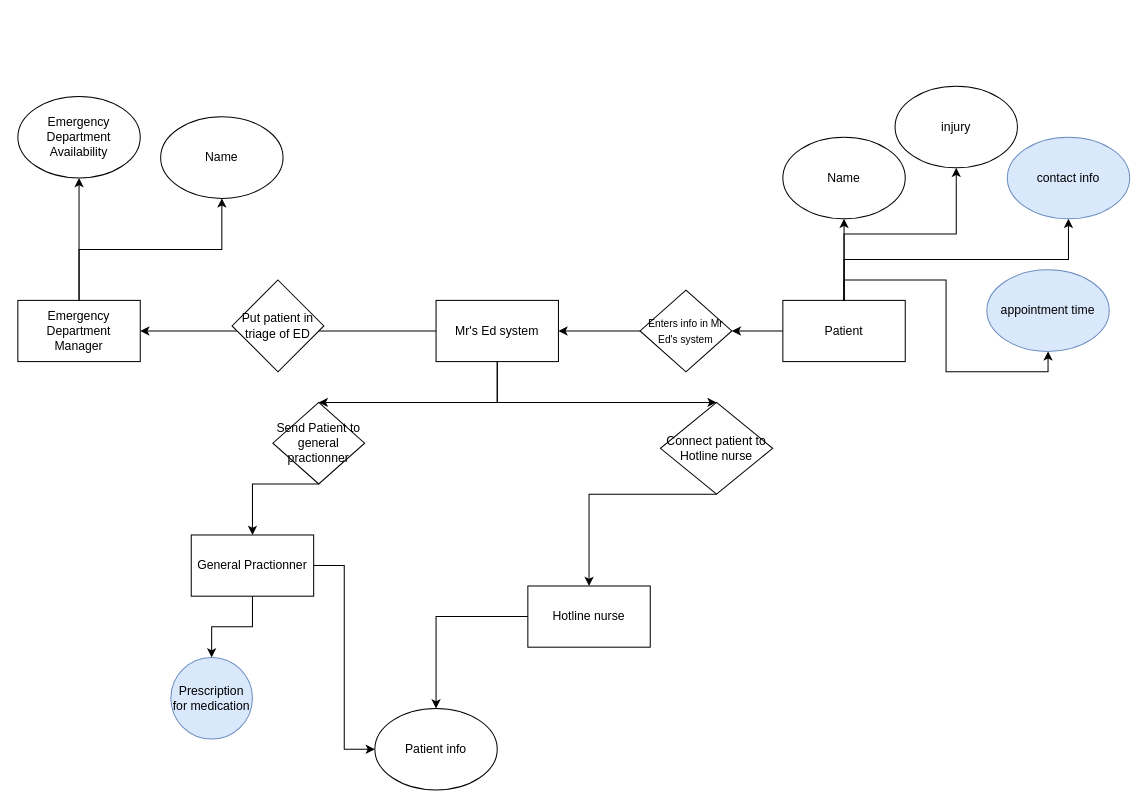
The draw.io diagram EliorWork/ERD.drawio in SENG-350-2024-fall/Team9, before the edit. Source tidied: cells renumbered, new cells numbered last; positions are measured from the earlier drawing's top-left corner, leaving out a move shared by most shapes. Both pictures are drawn from the tidied source at 102%, with x=0, y=0 at pixel (17, 86).
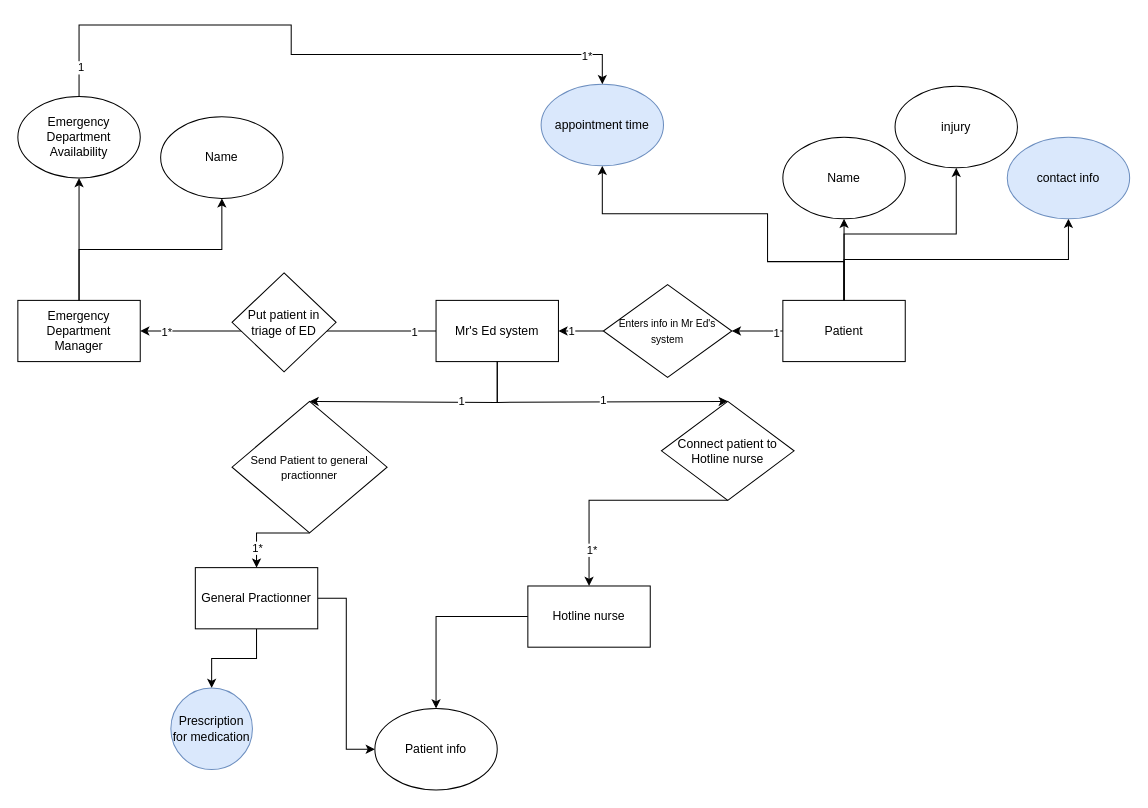
The same page after the edit.

The change refers to these unchanged cells:
```xml
<mxCell id="3" value="Hotline nurse" style="rounded=0;whiteSpace=wrap;html=1;" parent="1" vertex="1">
  <mxGeometry x="500" y="490" width="120" height="60" as="geometry" />
</mxCell>
<mxCell id="5" style="edgeStyle=orthogonalEdgeStyle;rounded=0;jettySize=auto;html=1;" parent="1" edge="1" source="6" target="17">
  <mxGeometry relative="1" as="geometry" />
</mxCell>
<mxCell id="6" value="Patient" style="rounded=0;whiteSpace=wrap;html=1;" parent="1" vertex="1">
  <mxGeometry x="750" y="210" width="120" height="60" as="geometry" />
</mxCell>
<mxCell id="21" value="Emergency Department Availability" style="ellipse;whiteSpace=wrap;html=1;" parent="1" vertex="1">
  <mxGeometry y="10" width="120" height="80" as="geometry" />
</mxCell>
<mxCell id="24" style="edgeStyle=orthogonalEdgeStyle;rounded=0;jettySize=auto;html=1;" parent="1" edge="1" source="25" target="18">
  <mxGeometry relative="1" as="geometry" />
</mxCell>
<mxCell id="25" value="Mr's Ed system" style="whiteSpace=wrap;html=1;rounded=0;" parent="1" vertex="1">
  <mxGeometry x="410" y="210" width="120" height="60" as="geometry" />
</mxCell>
<mxCell id="28" style="endArrow=classic;html=1;rounded=0;exitX=0.5;exitY=1;exitDx=0;exitDy=0;entryX=0.5;entryY=0;entryDx=0;entryDy=0;" parent="1" edge="1" source="25" target="29">
  <mxGeometry relative="1" as="geometry">
    <Array as="points">
      <mxPoint x="470" y="310" />
    </Array>
  </mxGeometry>
</mxCell>
<mxCell id="31" style="endArrow=classic;html=1;rounded=0;exitX=0.5;exitY=1;exitDx=0;exitDy=0;entryX=0.5;entryY=0;entryDx=0;entryDy=0;" parent="1" edge="1" source="25" target="32">
  <mxGeometry relative="1" as="geometry">
    <Array as="points">
      <mxPoint x="470" y="310" />
    </Array>
  </mxGeometry>
</mxCell>
```

Diff of the diagram source:
```diff
@@
+    <mxCell id="35" value="1" style="edgeLabel;html=1;align=center;verticalAlign=middle;" parent="5" vertex="1">
+      <mxGeometry x="-0.71" y="1" relative="1" as="geometry" />
+    </mxCell>
@@
     <mxCell id="9" value="General Practionner" style="rounded=0;whiteSpace=wrap;html=1;" parent="1" vertex="1">
-      <mxGeometry x="170" y="440" width="120" height="60" as="geometry" />
+      <mxGeometry x="174" y="472" width="120" height="60" as="geometry" />
     </mxCell>
@@
     <mxCell id="15" style="edgeStyle=orthogonalEdgeStyle;rounded=0;jettySize=auto;html=1;entryX=0.5;entryY=1;entryDx=0;entryDy=0;exitX=0.5;exitY=0;exitDx=0;exitDy=0;" parent="1" edge="1" source="6" target="16">
-      <mxGeometry relative="1" as="geometry" />
+      <mxGeometry relative="1" as="geometry">
+        <Array as="points">
+          <mxPoint x="810" y="172" />
+          <mxPoint x="735" y="172" />
+          <mxPoint x="735" y="125" />
+          <mxPoint x="573" y="125" />
+        </Array>
+      </mxGeometry>
     </mxCell>
     <mxCell id="16" value="appointment time" style="ellipse;whiteSpace=wrap;html=1;fillColor=#dae8fc;strokeColor=#6c8ebf;" parent="1" vertex="1">
-      <mxGeometry x="950" y="180" width="120" height="80" as="geometry" />
+      <mxGeometry x="513" y="-2" width="120" height="80" as="geometry" />
     </mxCell>
     <mxCell id="17" value="&lt;font style=&quot;font-size: 10px;&quot;&gt;Enters info in Mr Ed's system&lt;/font&gt;" style="rhombus;whiteSpace=wrap;html=1;rounded=0;" parent="1" vertex="1">
-      <mxGeometry x="610" y="200" width="90" height="80" as="geometry" />
+      <mxGeometry x="574" y="194.5" width="126" height="91" as="geometry" />
     </mxCell>
@@
+    <mxCell id="36" style="edgeStyle=orthogonalEdgeStyle;rounded=0;jettySize=auto;html=1;entryX=0.5;entryY=0;entryDx=0;entryDy=0;" parent="1" edge="1" source="21" target="16">
+      <mxGeometry relative="1" as="geometry">
+        <Array as="points">
+          <mxPoint x="60" y="-60" />
+          <mxPoint x="268" y="-60" />
+          <mxPoint x="268" y="-31" />
+          <mxPoint x="573" y="-31" />
+        </Array>
+      </mxGeometry>
+    </mxCell>
+    <mxCell id="37" value="1" style="edgeLabel;html=1;align=center;verticalAlign=middle;" parent="36" vertex="1">
+      <mxGeometry x="-0.91" y="-1" relative="1" as="geometry" />
+    </mxCell>
+    <mxCell id="38" value="1*" style="edgeLabel;html=1;align=center;verticalAlign=middle;" parent="36" vertex="1">
+      <mxGeometry x="0.86" y="-1" relative="1" as="geometry" />
+    </mxCell>
@@
-    <mxCell id="23" style="edgeStyle=orthogonalEdgeStyle;rounded=0;jettySize=auto;html=1;" parent="1" edge="1" source="17" target="25">
-      <mxGeometry relative="1" as="geometry" />
+    <mxCell id="23" value="1" style="edgeStyle=orthogonalEdgeStyle;rounded=0;jettySize=auto;html=1;" parent="1" edge="1" source="17" target="25">
+      <mxGeometry x="0.41" relative="1" as="geometry" />
     </mxCell>
@@
+    <mxCell id="39" value="1" style="edgeLabel;html=1;align=center;verticalAlign=middle;" parent="24" vertex="1">
+      <mxGeometry x="-0.85" relative="1" as="geometry" />
+    </mxCell>
+    <mxCell id="40" value="1*" style="edgeLabel;html=1;align=center;verticalAlign=middle;" parent="24" vertex="1">
+      <mxGeometry x="0.83" relative="1" as="geometry" />
+    </mxCell>
@@
     <mxCell id="26" value="Put patient in triage of ED" style="rhombus;whiteSpace=wrap;html=1;" parent="1" vertex="1">
-      <mxGeometry x="210" y="190" width="90" height="90" as="geometry" />
+      <mxGeometry x="210" y="183" width="102" height="97" as="geometry" />
     </mxCell>
     <mxCell id="27" style="endArrow=classic;html=1;rounded=0;exitX=0.5;exitY=1;exitDx=0;exitDy=0;entryX=0.5;entryY=0;entryDx=0;entryDy=0;" parent="1" edge="1" source="29" target="9">
       <mxGeometry relative="1" as="geometry">
         <Array as="points">
-          <mxPoint x="230" y="390" />
+          <mxPoint x="234" y="438" />
         </Array>
       </mxGeometry>
     </mxCell>
+    <mxCell id="41" value="1*" style="edgeLabel;html=1;align=center;verticalAlign=middle;" parent="27" vertex="1">
+      <mxGeometry x="0.53" relative="1" as="geometry" />
+    </mxCell>
@@
+    <mxCell id="42" value="1" style="edgeLabel;html=1;align=center;verticalAlign=middle;" parent="28" vertex="1">
+      <mxGeometry x="-0.32" y="-1" relative="1" as="geometry" />
+    </mxCell>
-    <mxCell id="29" value="Send Patient to general practionner" style="rhombus;whiteSpace=wrap;html=1;" parent="1" vertex="1">
-      <mxGeometry x="250" y="310" width="90" height="80" as="geometry" />
+    <mxCell id="29" value="&lt;font style=&quot;font-size: 11px;&quot;&gt;Send Patient to general practionner&lt;/font&gt;" style="rhombus;whiteSpace=wrap;html=1;" parent="1" vertex="1">
+      <mxGeometry x="210" y="309" width="152" height="129" as="geometry" />
     </mxCell>
     <mxCell id="30" style="endArrow=classic;html=1;rounded=0;exitX=0.5;exitY=1;exitDx=0;exitDy=0;entryX=0.5;entryY=0;entryDx=0;entryDy=0;" parent="1" edge="1" source="32" target="3">
       <mxGeometry relative="1" as="geometry">
         <Array as="points">
-          <mxPoint x="560" y="400" />
+          <mxPoint x="560" y="406" />
         </Array>
       </mxGeometry>
     </mxCell>
+    <mxCell id="43" value="1*" style="edgeLabel;html=1;align=center;verticalAlign=middle;" parent="30" vertex="1">
+      <mxGeometry x="0.67" y="2" relative="1" as="geometry" />
+    </mxCell>
@@
+    <mxCell id="44" value="1" style="edgeLabel;html=1;align=center;verticalAlign=middle;" parent="31" vertex="1">
+      <mxGeometry x="0.08" y="2" relative="1" as="geometry" />
+    </mxCell>
     <mxCell id="32" value="Connect patient to Hotline nurse" style="rhombus;whiteSpace=wrap;html=1;" parent="1" vertex="1">
-      <mxGeometry x="630" y="310" width="110" height="90" as="geometry" />
+      <mxGeometry x="631" y="309" width="130" height="97" as="geometry" />
     </mxCell>
@@
     <mxCell id="34" value="Prescription for medication" style="ellipse;whiteSpace=wrap;html=1;rounded=0;fillColor=#dae8fc;strokeColor=#6c8ebf;" parent="1" vertex="1">
-      <mxGeometry x="150" y="560" width="80" height="80" as="geometry" />
+      <mxGeometry x="150" y="590" width="80" height="80" as="geometry" />
     </mxCell>
```
